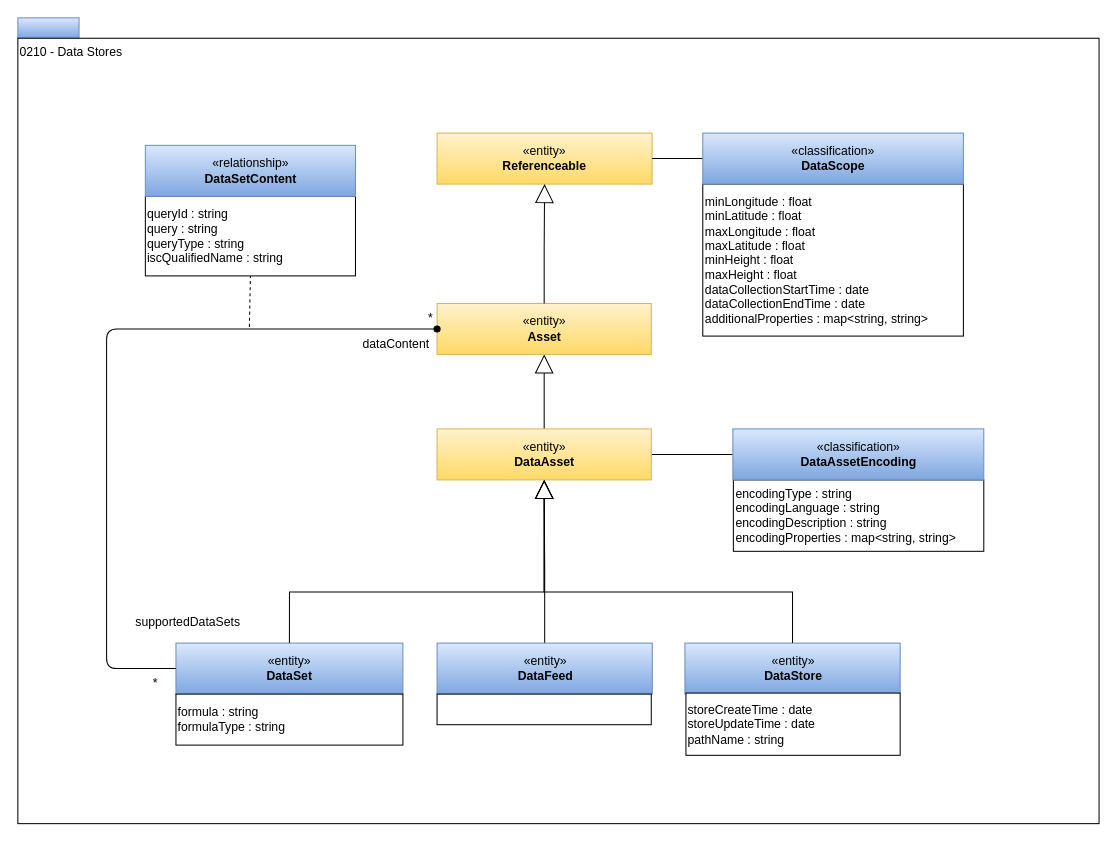
This is page "0210-Data-Stores" (4 of 24) of site/docs/types/2/area-2-assets.drawio from odpi/egeria-docs, a draw.io file, before an edit. Source tidied: cells renumbered, new cells numbered last; positions are measured from the earlier drawing's top-left corner, leaving out a move shared by most shapes. Both pictures are drawn from the tidied source at 102%, with x=0, y=0 at pixel (17, 17).
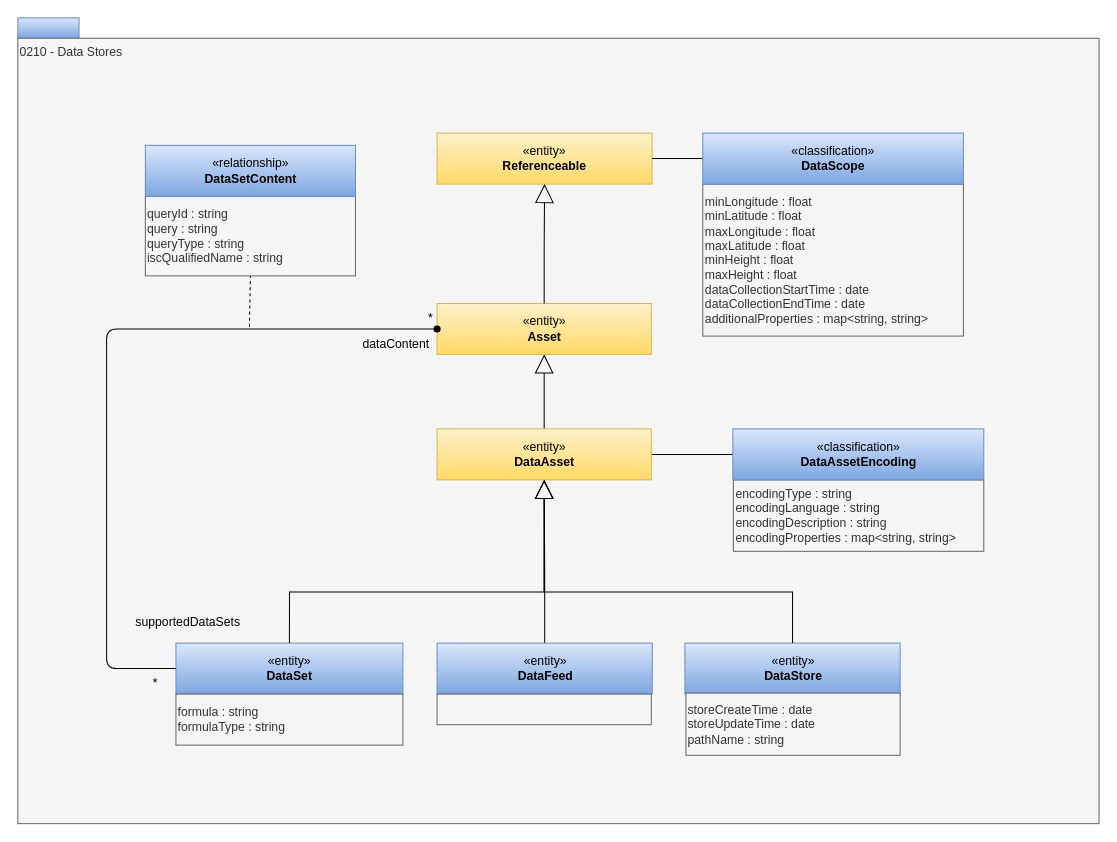
Above is the later version.

Change to the diagram source:
```diff
@@
-    <mxCell id="3" value="0210 - Data Stores" style="rounded=0;whiteSpace=wrap;html=1;align=left;verticalAlign=top;" parent="1" vertex="1">
+    <mxCell id="3" value="0210 - Data Stores" style="rounded=0;whiteSpace=wrap;html=1;align=left;verticalAlign=top;fillColor=#f5f5f5;fontColor=#333333;strokeColor=#666666;" parent="1" vertex="1">
       <mxGeometry y="20" width="1060" height="770" as="geometry" />
     </mxCell>
@@
-    <mxCell id="13" value="queryId : string&lt;br&gt;query : string&lt;div&gt;queryType : string&lt;/div&gt;&lt;div&gt;iscQualifiedName : string&lt;/div&gt;" style="rounded=0;whiteSpace=wrap;html=1;strokeColor=#000000;gradientColor=#ffffff;align=left;" parent="1" vertex="1">
+    <mxCell id="13" value="queryId : string&lt;br&gt;query : string&lt;div&gt;queryType : string&lt;/div&gt;&lt;div&gt;iscQualifiedName : string&lt;/div&gt;" style="rounded=0;whiteSpace=wrap;html=1;strokeColor=#666666;align=left;fillColor=#f5f5f5;fontColor=#333333;" parent="1" vertex="1">
       <mxGeometry x="125" y="175" width="206" height="78" as="geometry" />
     </mxCell>
@@
-    <mxCell id="15" value="encodingType : string&lt;br&gt;encodingLanguage : string&lt;br&gt;encodingDescription : string&lt;br&gt;encodingProperties : map&amp;lt;string, string&amp;gt;" style="rounded=0;whiteSpace=wrap;html=1;strokeColor=#000000;gradientColor=#ffffff;align=left;" parent="1" vertex="1">
+    <mxCell id="15" value="encodingType : string&lt;br&gt;encodingLanguage : string&lt;br&gt;encodingDescription : string&lt;br&gt;encodingProperties : map&amp;lt;string, string&amp;gt;" style="rounded=0;whiteSpace=wrap;html=1;strokeColor=#666666;align=left;fillColor=#f5f5f5;fontColor=#333333;" parent="1" vertex="1">
       <mxGeometry x="701.5" y="453" width="245.5" height="70" as="geometry" />
     </mxCell>
@@
-    <mxCell id="17" value="storeCreateTime : date&lt;br&gt;storeUpdateTime : date&lt;br&gt;pathName : string" style="rounded=0;whiteSpace=wrap;html=1;strokeColor=#000000;gradientColor=#ffffff;align=left;" parent="1" vertex="1">
+    <mxCell id="17" value="storeCreateTime : date&lt;br&gt;storeUpdateTime : date&lt;br&gt;pathName : string" style="rounded=0;whiteSpace=wrap;html=1;strokeColor=#666666;align=left;fillColor=#f5f5f5;fontColor=#333333;" parent="1" vertex="1">
       <mxGeometry x="655" y="662" width="210" height="61" as="geometry" />
     </mxCell>
@@
-    <mxCell id="20" value="minLongitude : float&lt;br&gt;minLatitude : float&lt;br style=&quot;border-color: var(--border-color);&quot;&gt;maxLongitude : float&lt;br style=&quot;border-color: var(--border-color);&quot;&gt;maxLatitude : float&lt;br&gt;minHeight : float&lt;br&gt;maxHeight : float&lt;br&gt;dataCollectionStartTime : date&lt;br&gt;dataCollectionEndTime : date&lt;br&gt;additionalProperties : map&amp;lt;string, string&amp;gt;" style="rounded=0;whiteSpace=wrap;html=1;strokeColor=#000000;gradientColor=#ffffff;align=left;" parent="1" vertex="1">
+    <mxCell id="20" value="minLongitude : float&lt;br&gt;minLatitude : float&lt;br style=&quot;border-color: var(--border-color);&quot;&gt;maxLongitude : float&lt;br style=&quot;border-color: var(--border-color);&quot;&gt;maxLatitude : float&lt;br&gt;minHeight : float&lt;br&gt;maxHeight : float&lt;br&gt;dataCollectionStartTime : date&lt;br&gt;dataCollectionEndTime : date&lt;br&gt;additionalProperties : map&amp;lt;string, string&amp;gt;" style="rounded=0;whiteSpace=wrap;html=1;strokeColor=#666666;align=left;fillColor=#f5f5f5;fontColor=#333333;" parent="1" vertex="1">
       <mxGeometry x="671.5" y="163" width="255.5" height="149" as="geometry" />
     </mxCell>
@@
-    <mxCell id="24" value="formula : string&lt;br&gt;formulaType : string" style="rounded=0;whiteSpace=wrap;html=1;strokeColor=#000000;gradientColor=#ffffff;align=left;" parent="1" vertex="1">
+    <mxCell id="24" value="formula : string&lt;br&gt;formulaType : string" style="rounded=0;whiteSpace=wrap;html=1;strokeColor=#666666;align=left;fillColor=#f5f5f5;fontColor=#333333;" parent="1" vertex="1">
       <mxGeometry x="155" y="663" width="222.5" height="50" as="geometry" />
     </mxCell>
@@
-    <mxCell id="29" style="rounded=0;whiteSpace=wrap;html=1;strokeColor=#000000;gradientColor=#ffffff;align=left;" parent="1" vertex="1">
+    <mxCell id="29" style="rounded=0;whiteSpace=wrap;html=1;strokeColor=#666666;align=left;fillColor=#f5f5f5;fontColor=#333333;" parent="1" vertex="1">
       <mxGeometry x="411" y="663" width="210" height="30" as="geometry" />
     </mxCell>
```
